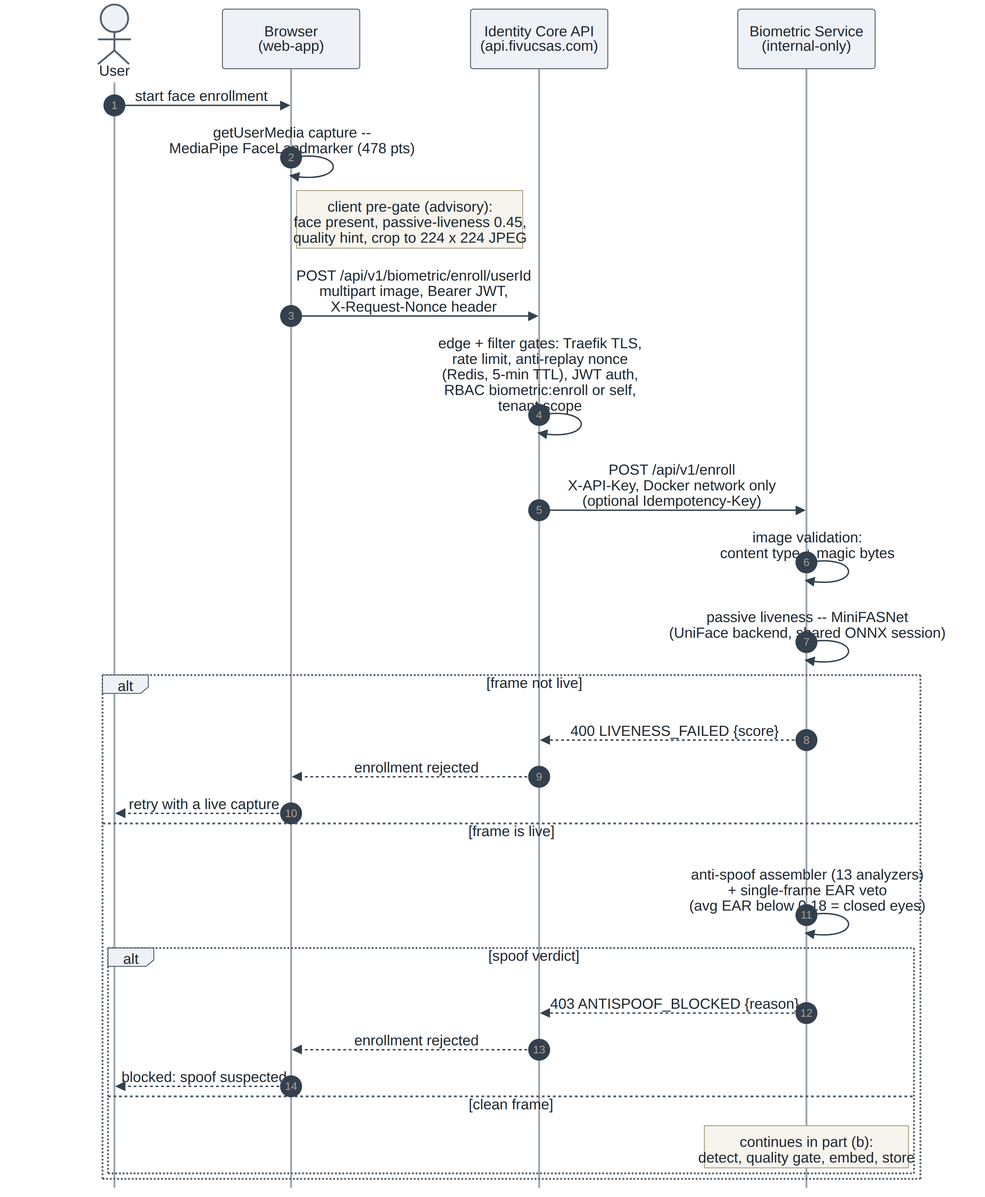
Above: Thesis/build/figures/enroll_sequence_a.png in Rollingcat-Software/FIVUCSAS (Mermaid), before the change. Its source is kept beside it as Thesis/build/figures/src/enroll_sequence_a.mmd. The source it was exported from:
```mermaid
sequenceDiagram
    autonumber
    actor U as User
    participant W as Browser<br/>(web-app)
    participant API as Identity Core API<br/>(api.fivucsas.com)
    participant BIO as Biometric Service<br/>(internal-only)

    U->>W: start face enrollment
    W->>W: getUserMedia capture --<br/>MediaPipe FaceLandmarker (478 pts)
    note right of W: client pre-gate (advisory):<br/>face present, passive-liveness 0.45,<br/>quality hint, crop to 224 x 224 JPEG

    W->>API: POST /api/v1/biometric/enroll/userId<br/>multipart image, Bearer JWT,<br/>X-Request-Nonce header
    API->>API: edge + filter gates: Traefik TLS,<br/>rate limit, anti-replay nonce<br/>(Redis, 5-min TTL), JWT auth,<br/>RBAC biometric:enroll or self,<br/>tenant scope

    API->>BIO: POST /api/v1/enroll<br/>X-API-Key, Docker network only<br/>(optional Idempotency-Key)
    BIO->>BIO: image validation:<br/>content type + magic bytes

    BIO->>BIO: passive liveness -- MiniFASNet<br/>(UniFace backend, shared ONNX session)

    alt frame not live
        BIO-->>API: 400 LIVENESS_FAILED {score}
        API-->>W: enrollment rejected
        W-->>U: retry with a live capture
    else frame is live
        BIO->>BIO: anti-spoof assembler (13 analyzers)<br/>+ single-frame EAR veto<br/>(avg EAR below 0.18 = closed eyes)
        alt spoof verdict
            BIO-->>API: 403 ANTISPOOF_BLOCKED {reason}
            API-->>W: enrollment rejected
            W-->>U: blocked: spoof suspected
        else clean frame
            note over BIO: continues in part (b):<br/>detect, quality gate, embed, store
        end
    end
```
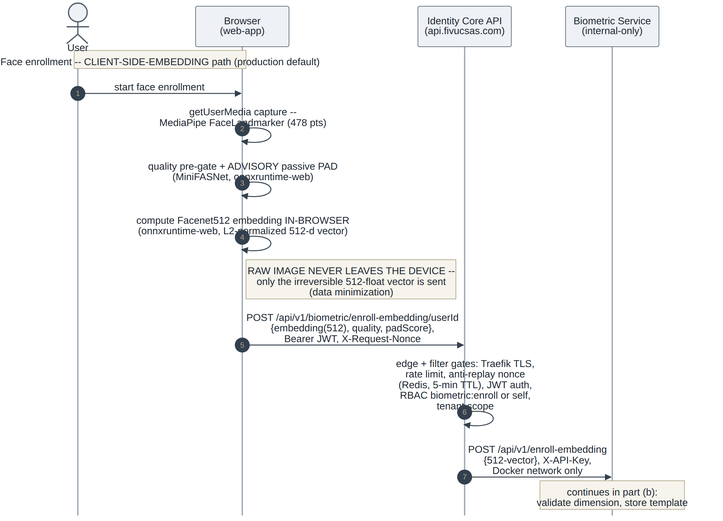
After the commit.

Change to the diagram source:
```diff
@@ -5,29 +5,16 @@
     participant API as Identity Core API<br/>(api.fivucsas.com)
     participant BIO as Biometric Service<br/>(internal-only)
 
+    note over U,W: Face enrollment -- CLIENT-SIDE-EMBEDDING path (production default)
+
     U->>W: start face enrollment
     W->>W: getUserMedia capture --<br/>MediaPipe FaceLandmarker (478 pts)
-    note right of W: client pre-gate (advisory):<br/>face present, passive-liveness 0.45,<br/>quality hint, crop to 224 x 224 JPEG
+    W->>W: quality pre-gate + ADVISORY passive PAD<br/>(MiniFASNet, onnxruntime-web)
+    W->>W: compute Facenet512 embedding IN-BROWSER<br/>(onnxruntime-web, L2-normalized 512-d vector)
+    note right of W: RAW IMAGE NEVER LEAVES THE DEVICE --<br/>only the irreversible 512-float vector is sent<br/>(data minimization)
 
-    W->>API: POST /api/v1/biometric/enroll/userId<br/>multipart image, Bearer JWT,<br/>X-Request-Nonce header
+    W->>API: POST /api/v1/biometric/enroll-embedding/userId<br/>{embedding(512), quality, padScore},<br/>Bearer JWT, X-Request-Nonce
     API->>API: edge + filter gates: Traefik TLS,<br/>rate limit, anti-replay nonce<br/>(Redis, 5-min TTL), JWT auth,<br/>RBAC biometric:enroll or self,<br/>tenant scope
 
-    API->>BIO: POST /api/v1/enroll<br/>X-API-Key, Docker network only<br/>(optional Idempotency-Key)
-    BIO->>BIO: image validation:<br/>content type + magic bytes
-
-    BIO->>BIO: passive liveness -- MiniFASNet<br/>(UniFace backend, shared ONNX session)
-
-    alt frame not live
-        BIO-->>API: 400 LIVENESS_FAILED {score}
-        API-->>W: enrollment rejected
-        W-->>U: retry with a live capture
-    else frame is live
-        BIO->>BIO: anti-spoof assembler (13 analyzers)<br/>+ single-frame EAR veto<br/>(avg EAR below 0.18 = closed eyes)
-        alt spoof verdict
-            BIO-->>API: 403 ANTISPOOF_BLOCKED {reason}
-            API-->>W: enrollment rejected
-            W-->>U: blocked: spoof suspected
-        else clean frame
-            note over BIO: continues in part (b):<br/>detect, quality gate, embed, store
-        end
-    end
+    API->>BIO: POST /api/v1/enroll-embedding<br/>{512-vector}, X-API-Key,<br/>Docker network only
+    note over BIO: continues in part (b):<br/>validate dimension, store template
```
